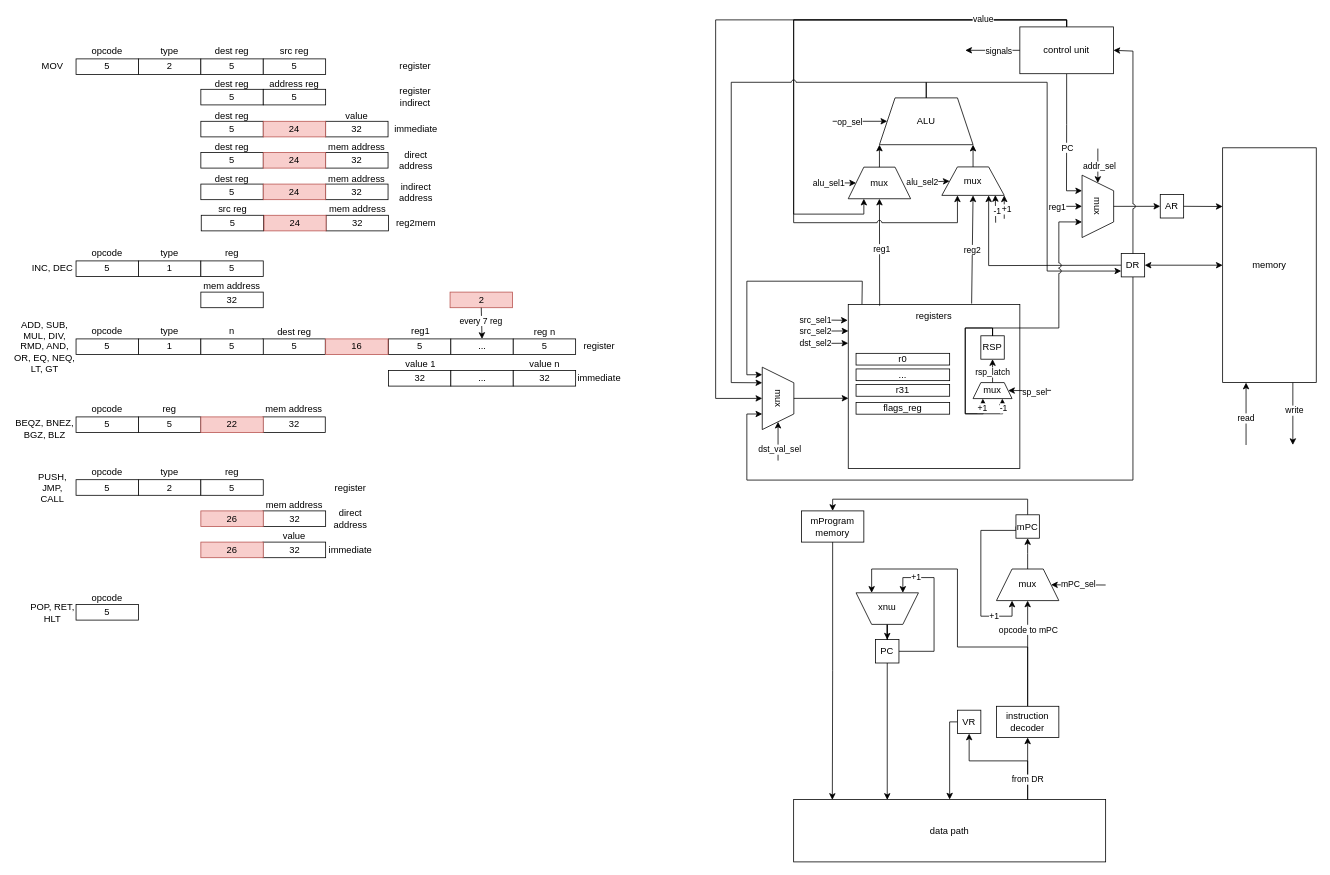
This is resources/csa_lab4.drawio from vanya9090/csa_lab4, a draw.io file, before an edit. Source tidied: cells renumbered, new cells numbered last; positions are measured from the earlier drawing's top-left corner, leaving out a move shared by most shapes. Both pictures are drawn from the tidied source at 78%, with x=0, y=0 at pixel (13, 20).
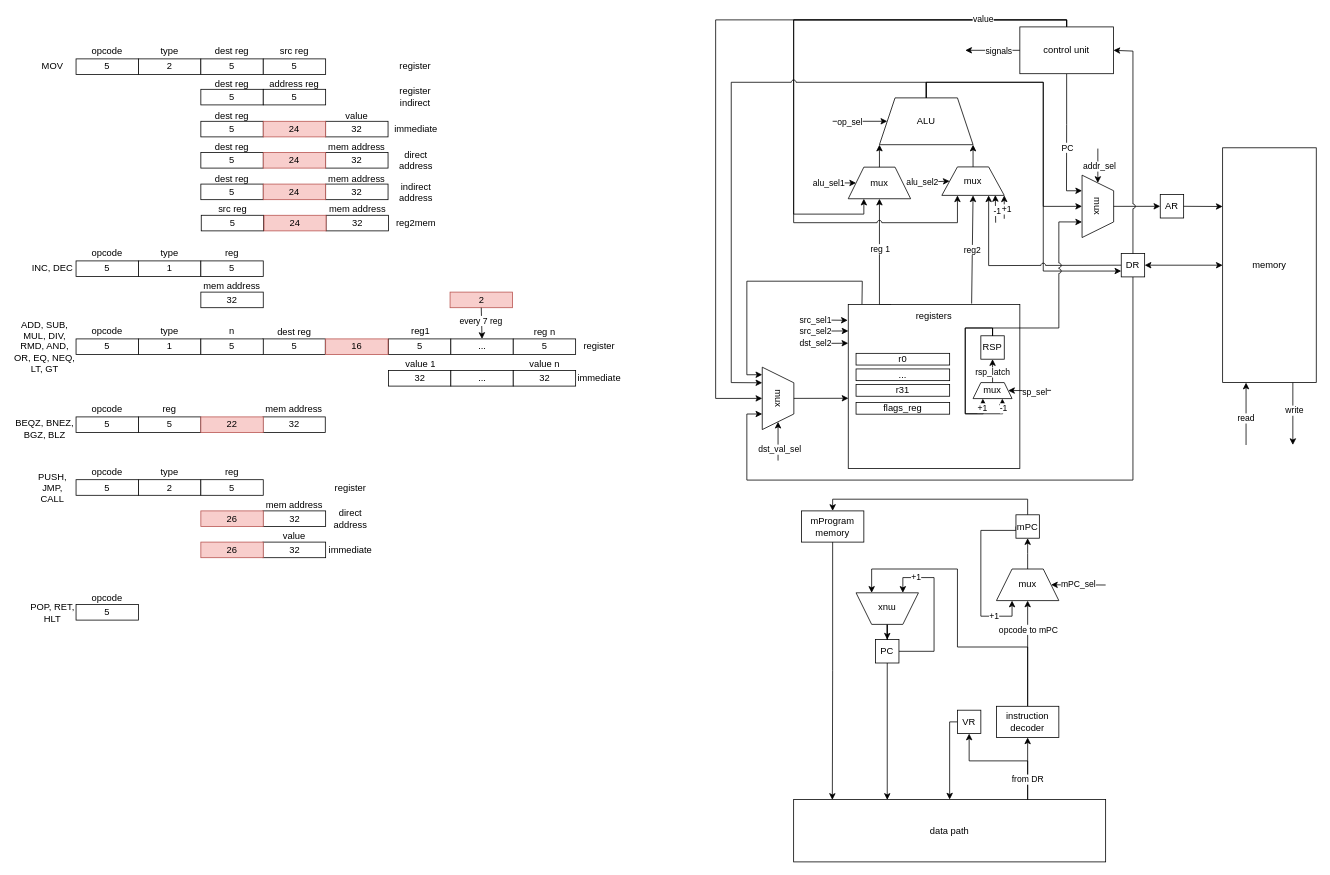
Above is the later version.

Commit message (it also covers changes not shown here):
remove reg2ar, add alu to ar

The change refers to these unchanged cells:
```xml
<mxCell id="60" style="rounded=0;whiteSpace=wrap;html=1;" parent="1" vertex="1">
  <mxGeometry x="1070" y="365" width="220" height="210" as="geometry" />
</mxCell>
<mxCell id="62" value="ALU" style="shape=trapezoid;perimeter=trapezoidPerimeter;whiteSpace=wrap;html=1;fixedSize=1;" parent="1" vertex="1">
  <mxGeometry x="1110" y="100" width="120" height="60" as="geometry" />
</mxCell>
<mxCell id="63" value="mux" style="shape=trapezoid;perimeter=trapezoidPerimeter;whiteSpace=wrap;html=1;fixedSize=1;" parent="1" vertex="1">
  <mxGeometry x="1070" y="188.8" width="80" height="40.5" as="geometry" />
</mxCell>
<mxCell id="64" value="mux" style="shape=trapezoid;perimeter=trapezoidPerimeter;whiteSpace=wrap;html=1;fixedSize=1;" parent="1" vertex="1">
  <mxGeometry x="1190" y="188.5" width="80" height="36.5" as="geometry" />
</mxCell>
<mxCell id="100" value="mux" style="shape=trapezoid;perimeter=trapezoidPerimeter;whiteSpace=wrap;html=1;fixedSize=1;rotation=90;" parent="1" vertex="1">
  <mxGeometry x="1350" y="218.8" width="80" height="40.5" as="geometry" />
</mxCell>
<mxCell id="143" value="DR" style="rounded=0;whiteSpace=wrap;html=1;" parent="1" vertex="1">
  <mxGeometry x="1420" y="299.5" width="30" height="30" as="geometry" />
</mxCell>
```

Diff of the diagram source:
```diff
@@
+    <mxCell id="73" style="edgeStyle=orthogonalEdgeStyle;rounded=0;jettySize=auto;html=1;exitX=0.25;exitY=0;exitDx=0;exitDy=0;entryX=0.5;entryY=1;entryDx=0;entryDy=0;" parent="1" edge="1" source="60" target="63">
+      <mxGeometry relative="1" as="geometry">
+        <Array as="points">
+          <mxPoint x="1110" y="365" />
+        </Array>
+      </mxGeometry>
+    </mxCell>
+    <mxCell id="203" value="reg 1" style="edgeLabel;html=1;align=center;verticalAlign=middle;" parent="73" vertex="1">
+      <mxGeometry x="0.15" relative="1" as="geometry" />
+    </mxCell>
@@
-    <mxCell id="61" style="edgeStyle=orthogonalEdgeStyle;rounded=0;jettySize=auto;html=1;entryX=0;entryY=0.75;entryDx=0;entryDy=0;exitX=0.5;exitY=0;exitDx=0;exitDy=0;" parent="1" edge="1" source="62" target="143">
+    <mxCell id="61" style="edgeStyle=orthogonalEdgeStyle;rounded=0;jettySize=auto;html=1;entryX=0;entryY=0.75;entryDx=0;entryDy=0;exitX=0.5;exitY=0;exitDx=0;exitDy=0;jumpStyle=arc;" parent="1" edge="1" source="62" target="143">
       <mxGeometry relative="1" as="geometry">
         <Array as="points">
           <mxPoint x="1170" y="80" />
-          <mxPoint x="1325" y="80" />
-          <mxPoint x="1325" y="322" />
+          <mxPoint x="1320" y="80" />
+          <mxPoint x="1320" y="322" />
         </Array>
       </mxGeometry>
     </mxCell>
+    <mxCell id="204" style="edgeStyle=orthogonalEdgeStyle;rounded=0;jettySize=auto;html=1;entryX=0.5;entryY=1;entryDx=0;entryDy=0;" parent="1" edge="1" source="62" target="100">
+      <mxGeometry relative="1" as="geometry">
+        <Array as="points">
+          <mxPoint x="1170" y="80" />
+          <mxPoint x="1320" y="80" />
+          <mxPoint x="1320" y="239" />
+        </Array>
+      </mxGeometry>
+    </mxCell>
@@
-    <mxCell id="71" style="endArrow=classic;html=1;rounded=0;entryX=0.5;entryY=1;entryDx=0;entryDy=0;exitX=0.719;exitY=-0.006;exitDx=0;exitDy=0;exitPerimeter=0;" parent="1" edge="1" source="60" target="64">
+    <mxCell id="71" style="endArrow=classic;html=1;rounded=0;entryX=0.5;entryY=1;entryDx=0;entryDy=0;exitX=0.719;exitY=-0.006;exitDx=0;exitDy=0;exitPerimeter=0;jumpStyle=arc;" parent="1" edge="1" source="60" target="64">
       <mxGeometry relative="1" as="geometry" />
     </mxCell>
@@
-    <mxCell id="73" style="endArrow=classic;html=1;rounded=0;entryX=0.5;entryY=1;entryDx=0;entryDy=0;exitX=0.183;exitY=0.007;exitDx=0;exitDy=0;exitPerimeter=0;" parent="1" edge="1" source="60" target="63">
-      <mxGeometry relative="1" as="geometry" />
-    </mxCell>
-    <mxCell id="74" value="reg1" style="edgeLabel;html=1;align=center;verticalAlign=middle;" parent="73" vertex="1">
-      <mxGeometry x="0.06" y="-2" relative="1" as="geometry" />
-    </mxCell>
@@
-    <mxCell id="88" style="endArrow=classic;html=1;rounded=0;entryX=0.75;entryY=1;entryDx=0;entryDy=0;exitX=0;exitY=0.5;exitDx=0;exitDy=0;" parent="1" edge="1" source="143" target="64">
+    <mxCell id="88" style="endArrow=classic;html=1;rounded=0;entryX=0.75;entryY=1;entryDx=0;entryDy=0;exitX=0;exitY=0.5;exitDx=0;exitDy=0;jumpStyle=arc;" parent="1" edge="1" source="143" target="64">
       <mxGeometry relative="1" as="geometry">
         <Array as="points">
           <mxPoint x="1250" y="315" />
         </Array>
       </mxGeometry>
     </mxCell>
@@
-    <mxCell id="114" style="endArrow=classic;html=1;rounded=0;entryX=0.5;entryY=1;entryDx=0;entryDy=0;" parent="1" edge="1" target="100">
-      <mxGeometry relative="1" as="geometry">
-        <mxPoint x="1330" y="239" as="sourcePoint" />
-      </mxGeometry>
-    </mxCell>
-    <mxCell id="115" value="reg1" style="edgeLabel;html=1;align=center;verticalAlign=middle;" parent="114" vertex="1">
-      <mxGeometry x="-0.58" relative="1" as="geometry" />
-    </mxCell>
```
